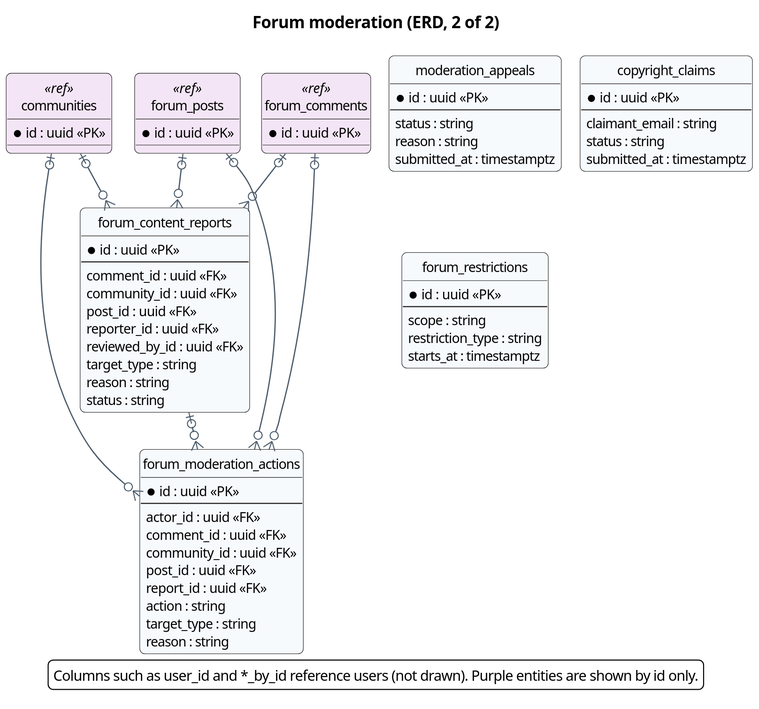
The PlantUML diagram docs/diagrams/report4/R4_ERD_community_b.svg in Khoa-Hoa-Technology-Solution-Company/lumi-gap, before a commit. Source of this version:
```plantuml
@startuml
!pragma layout smetana
skinparam dpi 150
skinparam defaultFontName "Segoe UI"
skinparam defaultFontSize 13
skinparam shadowing false
skinparam roundCorner 10
skinparam ArrowColor #4A5A6A
skinparam ArrowThickness 1.2
skinparam BorderColor #2F6DB5
skinparam BackgroundColor #FFFFFF
skinparam TitleFontSize 16
skinparam TitleFontStyle bold
skinparam entity {
  BackgroundColor #F7FAFD
  BorderColor #2F6DB5
}
skinparam entity<<ref>> {
  BackgroundColor #F3E5F5
  BorderColor #7B1FA2
}
skinparam linetype ortho
hide circle
title Forum moderation (ERD, 2 of 2)
entity forum_content_reports #F7FAFD {
  * id : uuid <<PK>>
  --
  comment_id : uuid <<FK>>
  community_id : uuid <<FK>>
  post_id : uuid <<FK>>
  reporter_id : uuid <<FK>>
  reviewed_by_id : uuid <<FK>>
  target_type : string
  reason : string
  status : string
}
entity forum_moderation_actions #F7FAFD {
  * id : uuid <<PK>>
  --
  actor_id : uuid <<FK>>
  comment_id : uuid <<FK>>
  community_id : uuid <<FK>>
  post_id : uuid <<FK>>
  report_id : uuid <<FK>>
  action : string
  target_type : string
  reason : string
}
entity moderation_appeals #F7FAFD {
  * id : uuid <<PK>>
  --
  status : string
  reason : string
  submitted_at : timestamptz
}
entity copyright_claims #F7FAFD {
  * id : uuid <<PK>>
  --
  claimant_email : string
  status : string
  submitted_at : timestamptz
}
entity forum_restrictions #F7FAFD {
  * id : uuid <<PK>>
  --
  scope : string
  restriction_type : string
  starts_at : timestamptz
}
entity communities <<ref>> #F3E5F5 {
  * id : uuid <<PK>>
}
entity forum_posts <<ref>> #F3E5F5 {
  * id : uuid <<PK>>
}
entity forum_comments <<ref>> #F3E5F5 {
  * id : uuid <<PK>>
}
communities |o--o{ forum_content_reports
communities |o--o{ forum_moderation_actions
forum_comments |o--o{ forum_content_reports
forum_comments |o--o{ forum_moderation_actions
forum_content_reports |o--o{ forum_moderation_actions
forum_posts |o--o{ forum_content_reports
forum_posts |o--o{ forum_moderation_actions
legend bottom
Columns such as user_id and *_by_id reference users (not drawn). Purple entities are shown by id only.
endlegend
@enduml
```
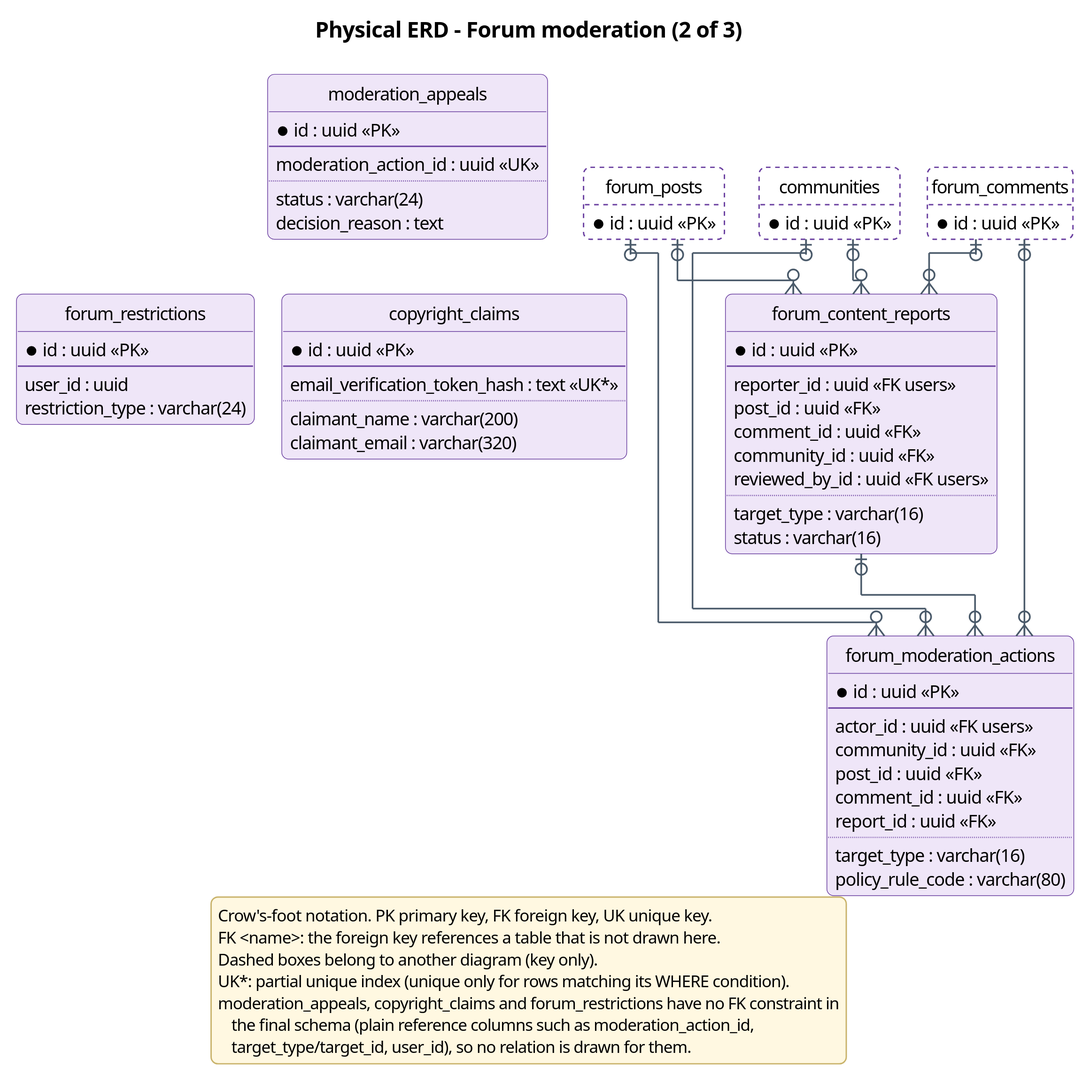
The same file after the commit.

Diff of the diagram source:
```diff
@@ -1,79 +1,83 @@
 @startuml
-!pragma layout smetana
-skinparam dpi 150
+!pragma layout elk
+skinparam dpi 200
 skinparam defaultFontName "Segoe UI"
 skinparam defaultFontSize 13
 skinparam shadowing false
 skinparam roundCorner 10
+skinparam backgroundColor #FFFFFF
 skinparam ArrowColor #4A5A6A
 skinparam ArrowThickness 1.2
-skinparam BorderColor #2F6DB5
-skinparam BackgroundColor #FFFFFF
+skinparam ArrowFontSize 12
+skinparam ArrowFontColor #4A5A6A
 skinparam TitleFontSize 16
 skinparam TitleFontStyle bold
 skinparam entity {
-  BackgroundColor #F7FAFD
-  BorderColor #2F6DB5
+  BackgroundColor #EFE6F8
+  BorderColor #6A3FA0
 }
-skinparam entity<<ref>> {
-  BackgroundColor #F3E5F5
-  BorderColor #7B1FA2
+skinparam legend {
+  BackgroundColor #FFF8E1
+  BorderColor #C9B36B
+  FontSize 12
 }
-skinparam linetype ortho
+skinparam stereotypeFontSize 10
 hide circle
-title Forum moderation (ERD, 2 of 2)
-entity forum_content_reports #F7FAFD {
+hide empty methods
+title Physical ERD - Forum moderation (2 of 3)
+entity forum_content_reports #EFE6F8;line:6A3FA0 {
   * id : uuid <<PK>>
   --
+  reporter_id : uuid <<FK users>>
+  post_id : uuid <<FK>>
   comment_id : uuid <<FK>>
   community_id : uuid <<FK>>
-  post_id : uuid <<FK>>
-  reporter_id : uuid <<FK>>
-  reviewed_by_id : uuid <<FK>>
-  target_type : string
-  reason : string
-  status : string
+  reviewed_by_id : uuid <<FK users>>
+  ..
+  target_type : varchar(16)
+  status : varchar(16)
 }
-entity forum_moderation_actions #F7FAFD {
+entity forum_moderation_actions #EFE6F8;line:6A3FA0 {
   * id : uuid <<PK>>
   --
-  actor_id : uuid <<FK>>
-  comment_id : uuid <<FK>>
+  actor_id : uuid <<FK users>>
   community_id : uuid <<FK>>
   post_id : uuid <<FK>>
+  comment_id : uuid <<FK>>
   report_id : uuid <<FK>>
-  action : string
-  target_type : string
-  reason : string
+  ..
+  target_type : varchar(16)
+  policy_rule_code : varchar(80)
 }
-entity moderation_appeals #F7FAFD {
+entity moderation_appeals #EFE6F8;line:6A3FA0 {
   * id : uuid <<PK>>
   --
-  status : string
-  reason : string
-  submitted_at : timestamptz
+  moderation_action_id : uuid <<UK>>
+  ..
+  status : varchar(24)
+  decision_reason : text
 }
-entity copyright_claims #F7FAFD {
+entity copyright_claims #EFE6F8;line:6A3FA0 {
   * id : uuid <<PK>>
   --
-  claimant_email : string
-  status : string
-  submitted_at : timestamptz
+  email_verification_token_hash : text <<UK*>>
+  ..
+  claimant_name : varchar(200)
+  claimant_email : varchar(320)
 }
-entity forum_restrictions #F7FAFD {
+entity forum_restrictions #EFE6F8;line:6A3FA0 {
   * id : uuid <<PK>>
   --
-  scope : string
-  restriction_type : string
-  starts_at : timestamptz
+  user_id : uuid
+  restriction_type : varchar(24)
 }
-entity communities <<ref>> #F3E5F5 {
+entity communities #FFFFFF;line:6A3FA0;line.dashed {
   * id : uuid <<PK>>
 }
-entity forum_posts <<ref>> #F3E5F5 {
+entity forum_posts #FFFFFF;line:6A3FA0;line.dashed {
   * id : uuid <<PK>>
 }
-entity forum_comments <<ref>> #F3E5F5 {
+entity forum_comments #FFFFFF;line:6A3FA0;line.dashed {
   * id : uuid <<PK>>
 }
 communities |o--o{ forum_content_reports
@@ -84,6 +88,12 @@
 forum_posts |o--o{ forum_content_reports
 forum_posts |o--o{ forum_moderation_actions
 legend bottom
-Columns such as user_id and *_by_id reference users (not drawn). Purple entities are shown by id only.
+Crow's-foot notation. PK primary key, FK foreign key, UK unique key.
+FK <name>: the foreign key references a table that is not drawn here.
+Dashed boxes belong to another diagram (key only).
+UK*: partial unique index (unique only for rows matching its WHERE condition).
+moderation_appeals, copyright_claims and forum_restrictions have no FK constraint in
+   the final schema (plain reference columns such as moderation_action_id,
+   target_type/target_id, user_id), so no relation is drawn for them.
 endlegend
 @enduml
```
